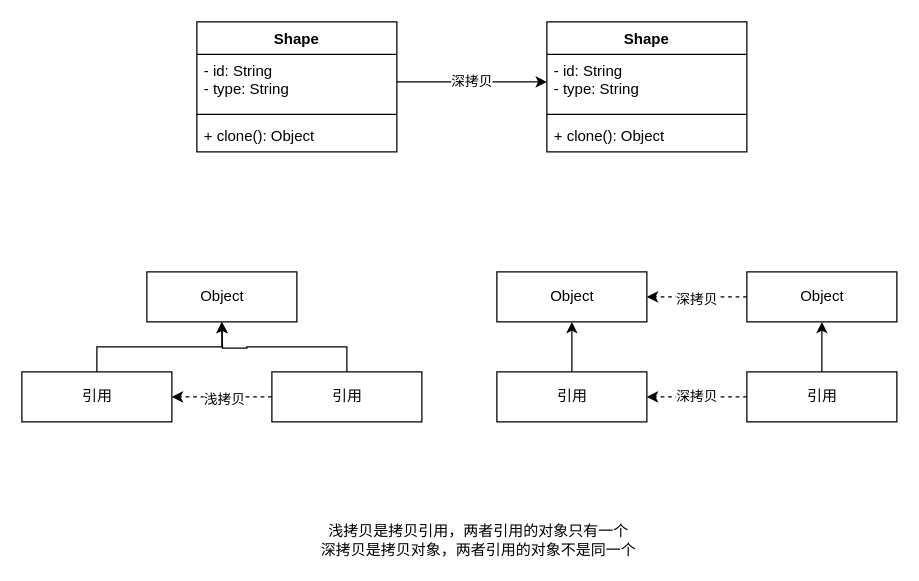
Above: page "原型模式" (5 of 5) of 设计模式.drawio in wubinglong9716/NoteBook (draw.io), before the change. Source tidied: cells renumbered, new cells numbered last; positions are measured from the earlier drawing's top-left corner, leaving out a move shared by most shapes. Both pictures are drawn from the tidied source at 125%, with x=0, y=0 at pixel (21, 21).
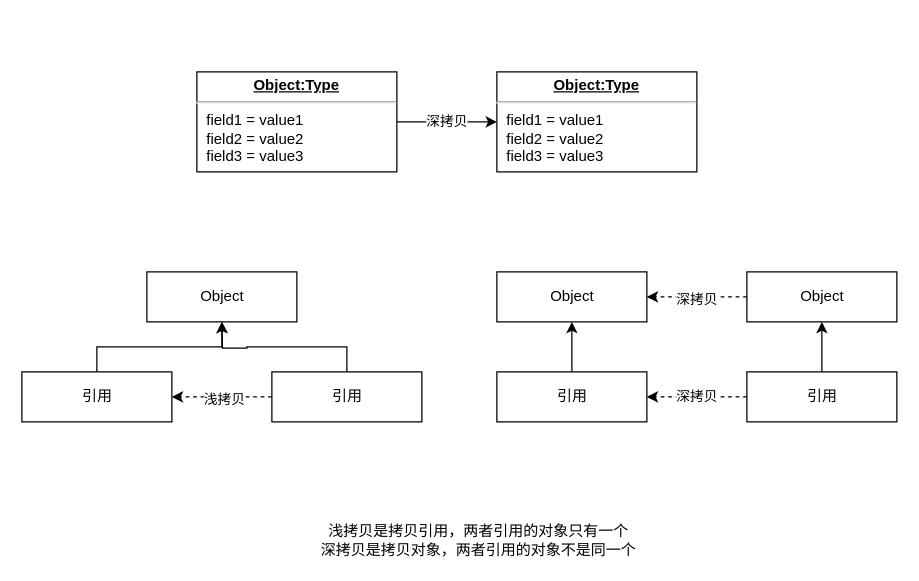
Above is the later version.

Diff of the diagram source:
```diff
@@
-    <mxCell id="2" value="Shape" style="swimlane;fontStyle=1;align=center;verticalAlign=top;horizontal=1;startSize=26;fontColor=#000000;" parent="1" vertex="1">
-      <mxGeometry x="140" width="160" height="104" as="geometry" />
-    </mxCell>
-    <mxCell id="3" value="- id: String&#10;- type: String" style="text;strokeColor=none;fillColor=none;align=left;verticalAlign=top;spacingLeft=4;spacingRight=4;overflow=hidden;points=[[0,0.5],[1,0.5]];portConstraint=eastwest;" parent="2" vertex="1">
-      <mxGeometry y="26" width="160" height="44" as="geometry" />
-    </mxCell>
-    <mxCell id="4" style="line;strokeWidth=1;fillColor=none;align=left;verticalAlign=middle;spacingTop=-1;spacingLeft=3;spacingRight=3;labelPosition=right;" parent="2" vertex="1">
-      <mxGeometry y="70" width="160" height="8" as="geometry" />
-    </mxCell>
-    <mxCell id="5" value="+ clone(): Object" style="text;strokeColor=none;fillColor=none;align=left;verticalAlign=top;spacingLeft=4;spacingRight=4;overflow=hidden;" parent="2" vertex="1">
-      <mxGeometry y="78" width="160" height="26" as="geometry" />
-    </mxCell>
-    <mxCell id="6" value="Shape" style="swimlane;fontStyle=1;align=center;verticalAlign=top;horizontal=1;startSize=26;fontColor=#000000;" parent="1" vertex="1">
-      <mxGeometry x="420" width="160" height="104" as="geometry" />
-    </mxCell>
-    <mxCell id="7" value="- id: String&#10;- type: String" style="text;strokeColor=none;fillColor=none;align=left;verticalAlign=top;spacingLeft=4;spacingRight=4;overflow=hidden;points=[[0,0.5],[1,0.5]];portConstraint=eastwest;" parent="6" vertex="1">
-      <mxGeometry y="26" width="160" height="44" as="geometry" />
-    </mxCell>
-    <mxCell id="8" style="line;strokeWidth=1;fillColor=none;align=left;verticalAlign=middle;spacingTop=-1;spacingLeft=3;spacingRight=3;labelPosition=right;" parent="6" vertex="1">
-      <mxGeometry y="70" width="160" height="8" as="geometry" />
-    </mxCell>
-    <mxCell id="9" value="+ clone(): Object" style="text;strokeColor=none;fillColor=none;align=left;verticalAlign=top;spacingLeft=4;spacingRight=4;overflow=hidden;" parent="6" vertex="1">
-      <mxGeometry y="78" width="160" height="26" as="geometry" />
-    </mxCell>
-    <mxCell id="10" value="深拷贝" style="edgeStyle=orthogonalEdgeStyle;rounded=0;jettySize=auto;html=1;exitX=1;exitY=0.5;exitDx=0;exitDy=0;entryX=0;entryY=0.5;entryDx=0;entryDy=0;fontColor=#000000;startArrow=none;startFill=0;" parent="1" edge="1" source="3" target="7">
-      <mxGeometry relative="1" as="geometry" />
-    </mxCell>
@@
+    <mxCell id="10" value="深拷贝" style="edgeStyle=orthogonalEdgeStyle;rounded=0;jettySize=auto;html=1;exitX=1;exitY=0.5;exitDx=0;exitDy=0;entryX=0;entryY=0.5;entryDx=0;entryDy=0;fontColor=#000000;startArrow=none;startFill=0;" parent="1" edge="1" source="28" target="29">
+      <mxGeometry relative="1" as="geometry" />
+    </mxCell>
+    <mxCell id="28" value="&lt;p style=&quot;margin:0px;margin-top:4px;text-align:center;text-decoration:underline;&quot;&gt;&lt;b&gt;Object:Type&lt;/b&gt;&lt;/p&gt;&lt;hr/&gt;&lt;p style=&quot;margin:0px;margin-left:8px;&quot;&gt;field1 = value1&lt;br/&gt;field2 = value2&lt;br&gt;field3 = value3&lt;/p&gt;" style="verticalAlign=top;align=left;overflow=fill;fontSize=12;fontFamily=Helvetica;html=1;fontColor=#000000;" parent="1" vertex="1">
+      <mxGeometry x="140" y="40" width="160" height="80" as="geometry" />
+    </mxCell>
+    <mxCell id="29" value="&lt;p style=&quot;margin:0px;margin-top:4px;text-align:center;text-decoration:underline;&quot;&gt;&lt;b&gt;Object:Type&lt;/b&gt;&lt;/p&gt;&lt;hr/&gt;&lt;p style=&quot;margin:0px;margin-left:8px;&quot;&gt;field1 = value1&lt;br/&gt;field2 = value2&lt;br&gt;field3 = value3&lt;/p&gt;" style="verticalAlign=top;align=left;overflow=fill;fontSize=12;fontFamily=Helvetica;html=1;fontColor=#000000;" parent="1" vertex="1">
+      <mxGeometry x="380" y="40" width="160" height="80" as="geometry" />
+    </mxCell>
```
